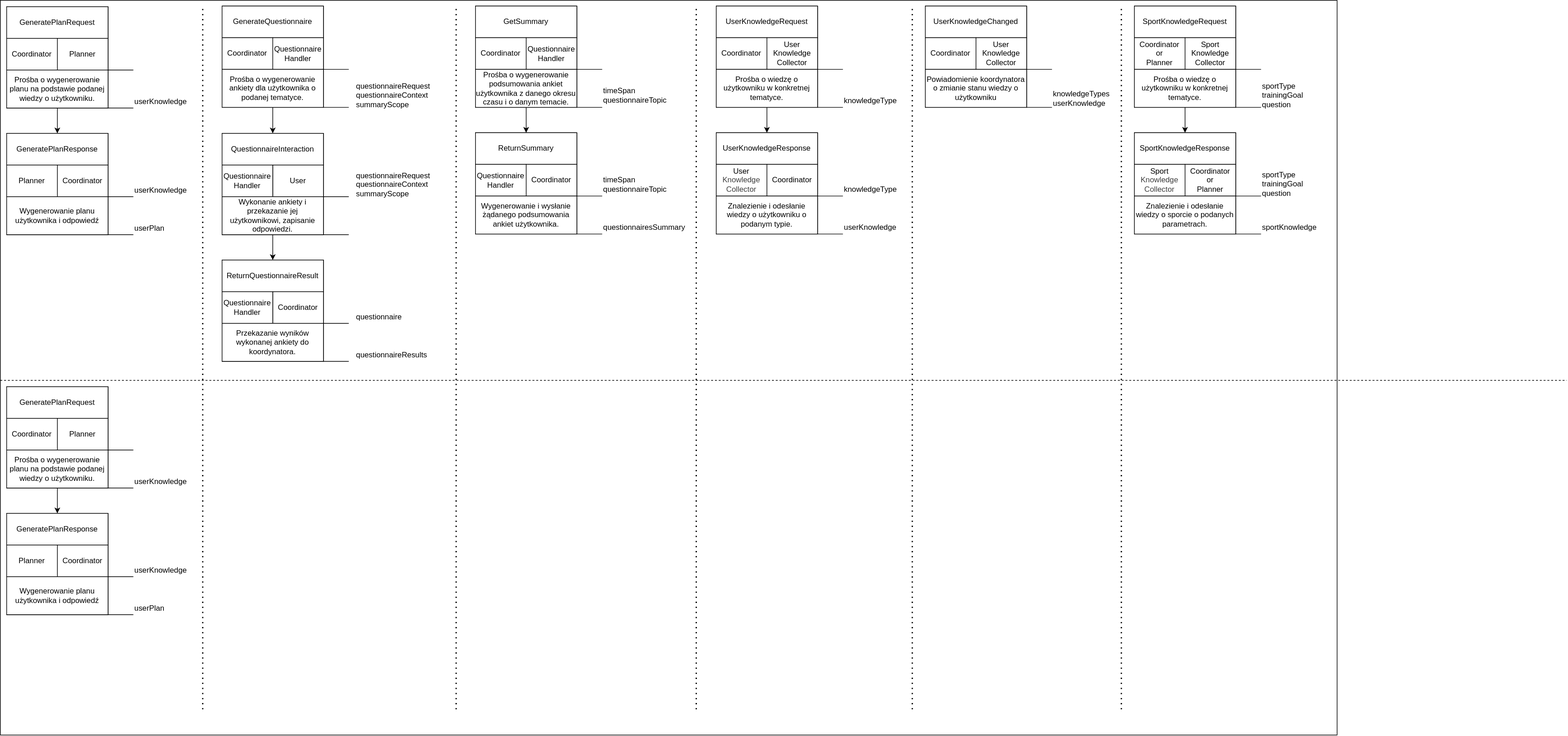
apekala/AASD keeps this draw.io diagram as zz/raport_b/GAIA/protocols.gaia.drawio.svg. Above is the earlier version. Source tidied: cells renumbered, new cells last; positions are measured from the earlier drawing's top-left corner, leaving out a move shared by most shapes.
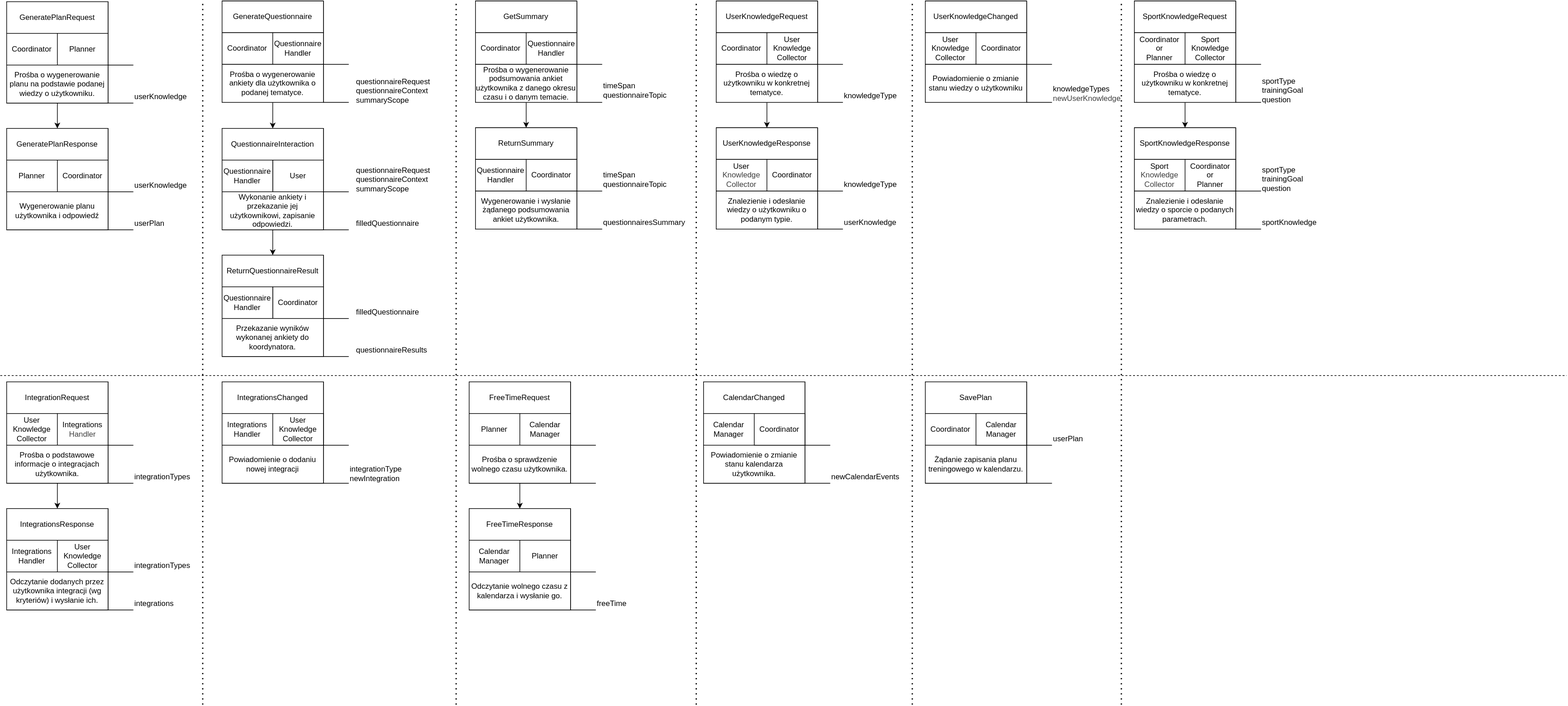
After the change.

Diff of the diagram source:
```diff
@@ -2,9 +2,6 @@
   <root>
     <mxCell id="0" />
     <mxCell id="1" parent="0" />
-    <mxCell id="2" style="rounded=0;whiteSpace=wrap;html=1;" parent="1" vertex="1">
-      <mxGeometry width="2110" height="1160" as="geometry" />
-    </mxCell>
     <mxCell id="3" style="rounded=0;whiteSpace=wrap;html=1;" parent="1" vertex="1">
       <mxGeometry x="10" y="10" width="160" height="160" as="geometry" />
     </mxCell>
@@ -170,7 +167,7 @@
     <mxCell id="46" value="Przekazanie wyników wykonanej ankiety do koordynatora." style="rounded=0;whiteSpace=wrap;html=1;" parent="1" vertex="1">
       <mxGeometry x="350" y="510" width="160" height="60" as="geometry" />
     </mxCell>
-    <mxCell id="47" value="questionnaire" style="text;html=1;whiteSpace=wrap;strokeColor=none;fillColor=none;align=left;verticalAlign=middle;rounded=0;" parent="1" vertex="1">
+    <mxCell id="47" value="&lt;span style=&quot;color: rgb(0, 0, 0);&quot;&gt;filledQuestionnaire&lt;/span&gt;" style="text;html=1;whiteSpace=wrap;strokeColor=none;fillColor=none;align=left;verticalAlign=middle;rounded=0;" parent="1" vertex="1">
       <mxGeometry x="560" y="490" width="130" height="20" as="geometry" />
     </mxCell>
     <mxCell id="48" value="questionnaireResults" style="text;html=1;whiteSpace=wrap;strokeColor=none;fillColor=none;align=left;verticalAlign=middle;rounded=0;" parent="1" vertex="1">
@@ -332,10 +329,10 @@
     <mxCell id="89" value="UserKnowledgeChanged" style="rounded=0;whiteSpace=wrap;html=1;" parent="1" vertex="1">
       <mxGeometry x="1460" y="9" width="160" height="50" as="geometry" />
     </mxCell>
-    <mxCell id="90" value="Coordinator" style="rounded=0;whiteSpace=wrap;html=1;" parent="1" vertex="1">
+    <mxCell id="90" value="User&lt;div&gt;Knowledge&lt;/div&gt;&lt;div&gt;Collector&lt;/div&gt;" style="rounded=0;whiteSpace=wrap;html=1;" parent="1" vertex="1">
       <mxGeometry x="1460" y="59" width="80" height="50" as="geometry" />
     </mxCell>
-    <mxCell id="91" value="User&lt;div&gt;Knowledge&lt;/div&gt;&lt;div&gt;Collector&lt;/div&gt;" style="rounded=0;whiteSpace=wrap;html=1;" parent="1" vertex="1">
+    <mxCell id="91" value="Coordinator" style="rounded=0;whiteSpace=wrap;html=1;" parent="1" vertex="1">
       <mxGeometry x="1540" y="59" width="80" height="50" as="geometry" />
     </mxCell>
     <mxCell id="92" style="endArrow=none;html=1;" parent="1" edge="1">
@@ -344,10 +341,10 @@
         <mxPoint x="1660" y="109" as="targetPoint" />
       </mxGeometry>
     </mxCell>
-    <mxCell id="93" value="knowledgeTypes&lt;div&gt;userKnowledge&lt;/div&gt;" style="text;html=1;whiteSpace=wrap;strokeColor=none;fillColor=none;align=left;verticalAlign=middle;rounded=0;" parent="1" vertex="1">
+    <mxCell id="93" value="knowledgeTypes&lt;div&gt;&lt;span style=&quot;color: rgb(63, 63, 63); background-color: transparent;&quot;&gt;newUserKnowledge&lt;/span&gt;&lt;/div&gt;" style="text;html=1;whiteSpace=wrap;strokeColor=none;fillColor=none;align=left;verticalAlign=middle;rounded=0;" parent="1" vertex="1">
       <mxGeometry x="1660" y="140" width="90" height="29" as="geometry" />
     </mxCell>
-    <mxCell id="94" value="Powiadomienie koordynatora o zmianie stanu wiedzy o użytkowniku" style="rounded=0;whiteSpace=wrap;html=1;" parent="1" vertex="1">
+    <mxCell id="94" value="Powiadomienie o zmianie stanu wiedzy o użytkowniku" style="rounded=0;whiteSpace=wrap;html=1;" parent="1" vertex="1">
       <mxGeometry x="1460" y="109" width="160" height="60" as="geometry" />
     </mxCell>
     <mxCell id="95" style="endArrow=none;dashed=1;html=1;dashPattern=1 3;strokeWidth=2;" parent="1" edge="1">
@@ -437,25 +434,25 @@
     <mxCell id="116" style="rounded=0;whiteSpace=wrap;html=1;" parent="1" vertex="1">
       <mxGeometry x="10" y="610" width="160" height="160" as="geometry" />
     </mxCell>
-    <mxCell id="117" value="GeneratePlanRequest" style="rounded=0;whiteSpace=wrap;html=1;" parent="1" vertex="1">
+    <mxCell id="117" value="IntegrationRequest" style="rounded=0;whiteSpace=wrap;html=1;" parent="1" vertex="1">
       <mxGeometry x="10" y="610" width="160" height="50" as="geometry" />
     </mxCell>
-    <mxCell id="118" value="Coordinator" style="rounded=0;whiteSpace=wrap;html=1;" parent="1" vertex="1">
+    <mxCell id="118" value="User&lt;div&gt;Knowledge&lt;/div&gt;&lt;div&gt;Collector&lt;/div&gt;" style="rounded=0;whiteSpace=wrap;html=1;" parent="1" vertex="1">
       <mxGeometry x="10" y="660" width="80" height="50" as="geometry" />
     </mxCell>
-    <mxCell id="119" value="Planner" style="rounded=0;whiteSpace=wrap;html=1;" parent="1" vertex="1">
+    <mxCell id="119" value="&lt;span style=&quot;color: rgb(0, 0, 0);&quot;&gt;Integrations&lt;/span&gt;&lt;div style=&quot;color: rgb(63, 63, 63); scrollbar-color: rgba(78, 86, 102, 0.5) rgb(40, 44, 52);&quot;&gt;Handler&lt;/div&gt;" style="rounded=0;whiteSpace=wrap;html=1;" parent="1" vertex="1">
       <mxGeometry x="90" y="660" width="80" height="50" as="geometry" />
     </mxCell>
     <mxCell id="120" style="rounded=0;whiteSpace=wrap;html=1;" parent="1" vertex="1">
       <mxGeometry x="10" y="810" width="160" height="160" as="geometry" />
     </mxCell>
-    <mxCell id="121" value="GeneratePlanResponse" style="rounded=0;whiteSpace=wrap;html=1;" parent="1" vertex="1">
+    <mxCell id="121" value="IntegrationsResponse" style="rounded=0;whiteSpace=wrap;html=1;" parent="1" vertex="1">
       <mxGeometry x="10" y="810" width="160" height="50" as="geometry" />
     </mxCell>
-    <mxCell id="122" value="Planner" style="rounded=0;whiteSpace=wrap;html=1;" parent="1" vertex="1">
+    <mxCell id="122" value="Integrations&lt;div&gt;Handler&lt;/div&gt;" style="rounded=0;whiteSpace=wrap;html=1;" parent="1" vertex="1">
       <mxGeometry x="10" y="860" width="80" height="50" as="geometry" />
     </mxCell>
-    <mxCell id="123" value="Coordinator" style="rounded=0;whiteSpace=wrap;html=1;" parent="1" vertex="1">
+    <mxCell id="123" value="User&lt;div&gt;Knowledge&lt;/div&gt;&lt;div&gt;Collector&lt;/div&gt;" style="rounded=0;whiteSpace=wrap;html=1;" parent="1" vertex="1">
       <mxGeometry x="90" y="860" width="80" height="50" as="geometry" />
     </mxCell>
     <mxCell id="124" style="endArrow=none;html=1;" parent="1" edge="1">
@@ -482,23 +479,185 @@
         <mxPoint x="210" y="970" as="targetPoint" />
       </mxGeometry>
     </mxCell>
-    <mxCell id="128" value="userKnowledge" style="text;html=1;whiteSpace=wrap;strokeColor=none;fillColor=none;align=left;verticalAlign=middle;rounded=0;" parent="1" vertex="1">
+    <mxCell id="128" value="&lt;span style=&quot;color: rgb(0, 0, 0);&quot;&gt;integrationTypes&lt;/span&gt;" style="text;html=1;whiteSpace=wrap;strokeColor=none;fillColor=none;align=left;verticalAlign=middle;rounded=0;" parent="1" vertex="1">
       <mxGeometry x="210" y="890" width="90" height="20" as="geometry" />
     </mxCell>
-    <mxCell id="129" value="userKnowledge" style="text;html=1;whiteSpace=wrap;strokeColor=none;fillColor=none;align=left;verticalAlign=middle;rounded=0;" parent="1" vertex="1">
-      <mxGeometry x="210" y="750" width="90" height="20" as="geometry" />
+    <mxCell id="129" value="integrationTypes" style="text;html=1;whiteSpace=wrap;strokeColor=none;fillColor=none;align=left;verticalAlign=middle;rounded=0;" parent="1" vertex="1">
+      <mxGeometry x="210" y="750" width="100" height="20" as="geometry" />
     </mxCell>
-    <mxCell id="130" value="userPlan" style="text;html=1;whiteSpace=wrap;strokeColor=none;fillColor=none;align=left;verticalAlign=middle;rounded=0;" parent="1" vertex="1">
+    <mxCell id="130" value="integrations" style="text;html=1;whiteSpace=wrap;strokeColor=none;fillColor=none;align=left;verticalAlign=middle;rounded=0;" parent="1" vertex="1">
       <mxGeometry x="210" y="950" width="90" height="20" as="geometry" />
     </mxCell>
     <mxCell id="131" style="edgeStyle=none;html=1;entryX=0.5;entryY=0;entryDx=0;entryDy=0;" parent="1" edge="1" source="132" target="121">
       <mxGeometry relative="1" as="geometry" />
     </mxCell>
-    <mxCell id="132" value="Prośba o wygenerowanie planu na podstawie podanej wiedzy o użytkowniku." style="rounded=0;whiteSpace=wrap;html=1;" parent="1" vertex="1">
+    <mxCell id="132" value="Prośba o podstawowe informacje o integracjach użytkownika." style="rounded=0;whiteSpace=wrap;html=1;" parent="1" vertex="1">
       <mxGeometry x="10" y="710" width="160" height="60" as="geometry" />
     </mxCell>
-    <mxCell id="133" value="Wygenerowanie planu użytkownika i odpowiedź" style="rounded=0;whiteSpace=wrap;html=1;" parent="1" vertex="1">
+    <mxCell id="133" value="Odczytanie dodanych przez użytkownika integracji (wg kryteriów) i wysłanie ich." style="rounded=0;whiteSpace=wrap;html=1;" parent="1" vertex="1">
       <mxGeometry x="10" y="910" width="160" height="60" as="geometry" />
     </mxCell>
+    <mxCell id="134" style="rounded=0;whiteSpace=wrap;html=1;" parent="1" vertex="1">
+      <mxGeometry x="350" y="610" width="160" height="160" as="geometry" />
+    </mxCell>
+    <mxCell id="135" value="IntegrationsChanged" style="rounded=0;whiteSpace=wrap;html=1;" parent="1" vertex="1">
+      <mxGeometry x="350" y="610" width="160" height="50" as="geometry" />
+    </mxCell>
+    <mxCell id="136" value="Integrations&lt;div&gt;Handler&lt;/div&gt;" style="rounded=0;whiteSpace=wrap;html=1;" parent="1" vertex="1">
+      <mxGeometry x="350" y="660" width="80" height="50" as="geometry" />
+    </mxCell>
+    <mxCell id="137" style="rounded=0;whiteSpace=wrap;html=1;" parent="1" vertex="1">
+      <mxGeometry x="430" y="660" width="80" height="50" as="geometry" />
+    </mxCell>
+    <mxCell id="138" style="endArrow=none;html=1;" parent="1" edge="1">
+      <mxGeometry relative="1" as="geometry">
+        <mxPoint x="510" y="710" as="sourcePoint" />
+        <mxPoint x="550" y="710" as="targetPoint" />
+      </mxGeometry>
+    </mxCell>
+    <mxCell id="139" value="integrationType&lt;br&gt;newIntegration" style="text;html=1;whiteSpace=wrap;strokeColor=none;fillColor=none;align=left;verticalAlign=middle;rounded=0;" parent="1" vertex="1">
+      <mxGeometry x="550" y="740" width="90" height="30" as="geometry" />
+    </mxCell>
+    <mxCell id="140" value="Powiadomienie o dodaniu nowej integracji" style="rounded=0;whiteSpace=wrap;html=1;" parent="1" vertex="1">
+      <mxGeometry x="350" y="710" width="160" height="60" as="geometry" />
+    </mxCell>
+    <mxCell id="141" style="endArrow=none;html=1;" parent="1" edge="1">
+      <mxGeometry relative="1" as="geometry">
+        <mxPoint x="510" y="770" as="sourcePoint" />
+        <mxPoint x="550" y="770" as="targetPoint" />
+      </mxGeometry>
+    </mxCell>
+    <mxCell id="142" value="User&lt;div&gt;Knowledge&lt;/div&gt;&lt;div&gt;Collector&lt;/div&gt;" style="rounded=0;whiteSpace=wrap;html=1;" parent="1" vertex="1">
+      <mxGeometry x="430" y="660" width="80" height="50" as="geometry" />
+    </mxCell>
+    <mxCell id="143" style="rounded=0;whiteSpace=wrap;html=1;" parent="1" vertex="1">
+      <mxGeometry x="740" y="610" width="160" height="160" as="geometry" />
+    </mxCell>
+    <mxCell id="144" value="FreeTimeRequest" style="rounded=0;whiteSpace=wrap;html=1;" parent="1" vertex="1">
+      <mxGeometry x="740" y="610" width="160" height="50" as="geometry" />
+    </mxCell>
+    <mxCell id="145" value="Planner" style="rounded=0;whiteSpace=wrap;html=1;" parent="1" vertex="1">
+      <mxGeometry x="740" y="660" width="80" height="50" as="geometry" />
+    </mxCell>
+    <mxCell id="146" value="Calendar&lt;div&gt;Manager&lt;/div&gt;" style="rounded=0;whiteSpace=wrap;html=1;" parent="1" vertex="1">
+      <mxGeometry x="820" y="660" width="80" height="50" as="geometry" />
+    </mxCell>
+    <mxCell id="147" style="rounded=0;whiteSpace=wrap;html=1;" parent="1" vertex="1">
+      <mxGeometry x="740" y="810" width="160" height="160" as="geometry" />
+    </mxCell>
+    <mxCell id="148" value="FreeTimeResponse" style="rounded=0;whiteSpace=wrap;html=1;" parent="1" vertex="1">
+      <mxGeometry x="740" y="810" width="160" height="50" as="geometry" />
+    </mxCell>
+    <mxCell id="149" value="Calendar&lt;div&gt;Manager&lt;/div&gt;" style="rounded=0;whiteSpace=wrap;html=1;" parent="1" vertex="1">
+      <mxGeometry x="740" y="860" width="80" height="50" as="geometry" />
+    </mxCell>
+    <mxCell id="150" value="Planner" style="rounded=0;whiteSpace=wrap;html=1;" parent="1" vertex="1">
+      <mxGeometry x="820" y="860" width="80" height="50" as="geometry" />
+    </mxCell>
+    <mxCell id="151" style="endArrow=none;html=1;" parent="1" edge="1">
+      <mxGeometry relative="1" as="geometry">
+        <mxPoint x="900" y="770" as="sourcePoint" />
+        <mxPoint x="940" y="770" as="targetPoint" />
+      </mxGeometry>
+    </mxCell>
+    <mxCell id="152" style="endArrow=none;html=1;" parent="1" edge="1">
+      <mxGeometry relative="1" as="geometry">
+        <mxPoint x="900" y="710" as="sourcePoint" />
+        <mxPoint x="940" y="710" as="targetPoint" />
+      </mxGeometry>
+    </mxCell>
+    <mxCell id="153" style="endArrow=none;html=1;" parent="1" edge="1">
+      <mxGeometry relative="1" as="geometry">
+        <mxPoint x="900" y="910" as="sourcePoint" />
+        <mxPoint x="940" y="910" as="targetPoint" />
+      </mxGeometry>
+    </mxCell>
+    <mxCell id="154" style="endArrow=none;html=1;" parent="1" edge="1">
+      <mxGeometry relative="1" as="geometry">
+        <mxPoint x="900" y="970" as="sourcePoint" />
+        <mxPoint x="940" y="970" as="targetPoint" />
+      </mxGeometry>
+    </mxCell>
+    <mxCell id="155" value="freeTime" style="text;html=1;whiteSpace=wrap;strokeColor=none;fillColor=none;align=left;verticalAlign=middle;rounded=0;" parent="1" vertex="1">
+      <mxGeometry x="940" y="950" width="90" height="20" as="geometry" />
+    </mxCell>
+    <mxCell id="156" style="edgeStyle=none;html=1;entryX=0.5;entryY=0;entryDx=0;entryDy=0;" parent="1" edge="1" source="157" target="148">
+      <mxGeometry relative="1" as="geometry" />
+    </mxCell>
+    <mxCell id="157" value="Prośba o sprawdzenie wolnego czasu użytkownika." style="rounded=0;whiteSpace=wrap;html=1;" parent="1" vertex="1">
+      <mxGeometry x="740" y="710" width="160" height="60" as="geometry" />
+    </mxCell>
+    <mxCell id="158" value="Odczytanie wolnego czasu z kalendarza i wysłanie go." style="rounded=0;whiteSpace=wrap;html=1;" parent="1" vertex="1">
+      <mxGeometry x="740" y="910" width="160" height="60" as="geometry" />
+    </mxCell>
+    <mxCell id="159" style="rounded=0;whiteSpace=wrap;html=1;" parent="1" vertex="1">
+      <mxGeometry x="1110" y="610" width="160" height="160" as="geometry" />
+    </mxCell>
+    <mxCell id="160" value="CalendarChanged" style="rounded=0;whiteSpace=wrap;html=1;" parent="1" vertex="1">
+      <mxGeometry x="1110" y="610" width="160" height="50" as="geometry" />
+    </mxCell>
+    <mxCell id="161" value="Calendar&lt;div&gt;Manager&lt;/div&gt;" style="rounded=0;whiteSpace=wrap;html=1;" parent="1" vertex="1">
+      <mxGeometry x="1110" y="660" width="80" height="50" as="geometry" />
+    </mxCell>
+    <mxCell id="162" style="rounded=0;whiteSpace=wrap;html=1;" parent="1" vertex="1">
+      <mxGeometry x="1190" y="660" width="80" height="50" as="geometry" />
+    </mxCell>
+    <mxCell id="163" style="endArrow=none;html=1;" parent="1" edge="1">
+      <mxGeometry relative="1" as="geometry">
+        <mxPoint x="1270" y="710" as="sourcePoint" />
+        <mxPoint x="1310" y="710" as="targetPoint" />
+      </mxGeometry>
+    </mxCell>
+    <mxCell id="164" value="newCalendarEvents" style="text;html=1;whiteSpace=wrap;strokeColor=none;fillColor=none;align=left;verticalAlign=middle;rounded=0;" parent="1" vertex="1">
+      <mxGeometry x="1310" y="750" width="90" height="20" as="geometry" />
+    </mxCell>
+    <mxCell id="165" value="Powiadomienie o zmianie stanu kalendarza użytkownika." style="rounded=0;whiteSpace=wrap;html=1;" parent="1" vertex="1">
+      <mxGeometry x="1110" y="710" width="160" height="60" as="geometry" />
+    </mxCell>
+    <mxCell id="166" style="endArrow=none;html=1;" parent="1" edge="1">
+      <mxGeometry relative="1" as="geometry">
+        <mxPoint x="1270" y="770" as="sourcePoint" />
+        <mxPoint x="1310" y="770" as="targetPoint" />
+      </mxGeometry>
+    </mxCell>
+    <mxCell id="167" value="Coordinator" style="rounded=0;whiteSpace=wrap;html=1;" parent="1" vertex="1">
+      <mxGeometry x="1190" y="660" width="80" height="50" as="geometry" />
+    </mxCell>
+    <mxCell id="168" value="filledQuestionnaire" style="text;html=1;whiteSpace=wrap;strokeColor=none;fillColor=none;align=left;verticalAlign=middle;rounded=0;" parent="1" vertex="1">
+      <mxGeometry x="560" y="350" width="130" height="20" as="geometry" />
+    </mxCell>
+    <mxCell id="169" style="rounded=0;whiteSpace=wrap;html=1;" parent="1" vertex="1">
+      <mxGeometry x="1460" y="610" width="160" height="160" as="geometry" />
+    </mxCell>
+    <mxCell id="170" value="SavePlan" style="rounded=0;whiteSpace=wrap;html=1;" parent="1" vertex="1">
+      <mxGeometry x="1460" y="610" width="160" height="50" as="geometry" />
+    </mxCell>
+    <mxCell id="171" value="Coordinator" style="rounded=0;whiteSpace=wrap;html=1;" parent="1" vertex="1">
+      <mxGeometry x="1460" y="660" width="80" height="50" as="geometry" />
+    </mxCell>
+    <mxCell id="172" style="rounded=0;whiteSpace=wrap;html=1;" parent="1" vertex="1">
+      <mxGeometry x="1540" y="660" width="80" height="50" as="geometry" />
+    </mxCell>
+    <mxCell id="173" style="endArrow=none;html=1;" parent="1" edge="1">
+      <mxGeometry relative="1" as="geometry">
+        <mxPoint x="1620" y="710" as="sourcePoint" />
+        <mxPoint x="1660" y="710" as="targetPoint" />
+      </mxGeometry>
+    </mxCell>
+    <mxCell id="174" value="userPlan" style="text;html=1;whiteSpace=wrap;strokeColor=none;fillColor=none;align=left;verticalAlign=middle;rounded=0;" parent="1" vertex="1">
+      <mxGeometry x="1660" y="690" width="90" height="20" as="geometry" />
+    </mxCell>
+    <mxCell id="175" value="Żądanie zapisania planu treningowego w kalendarzu." style="rounded=0;whiteSpace=wrap;html=1;" parent="1" vertex="1">
+      <mxGeometry x="1460" y="710" width="160" height="60" as="geometry" />
+    </mxCell>
+    <mxCell id="176" style="endArrow=none;html=1;" parent="1" edge="1">
+      <mxGeometry relative="1" as="geometry">
+        <mxPoint x="1620" y="770" as="sourcePoint" />
+        <mxPoint x="1660" y="770" as="targetPoint" />
+      </mxGeometry>
+    </mxCell>
+    <mxCell id="177" value="Calendar&lt;div&gt;Manager&lt;/div&gt;" style="rounded=0;whiteSpace=wrap;html=1;" parent="1" vertex="1">
+      <mxGeometry x="1540" y="660" width="80" height="50" as="geometry" />
+    </mxCell>
   </root>
 </mxGraphModel>
```
